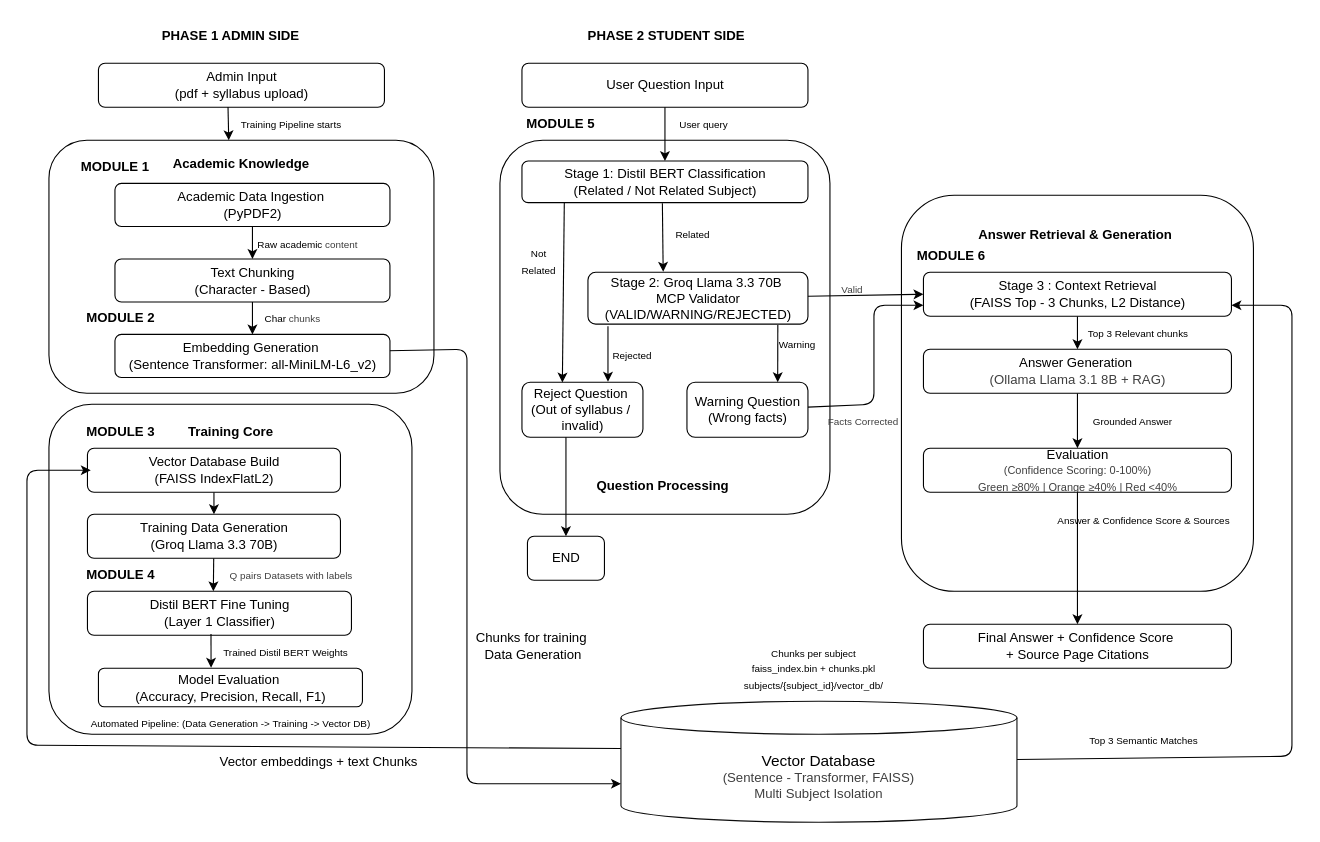
Above: architecture/rajifinal.drawio in Rajalakshmi2110/academic_system (draw.io), before the change. Source tidied: cells renumbered, new cells numbered last; positions are measured from the earlier drawing's top-left corner, leaving out a move shared by most shapes. Both pictures are drawn from the tidied source at 110%, with x=0, y=0 at pixel (26, 19).
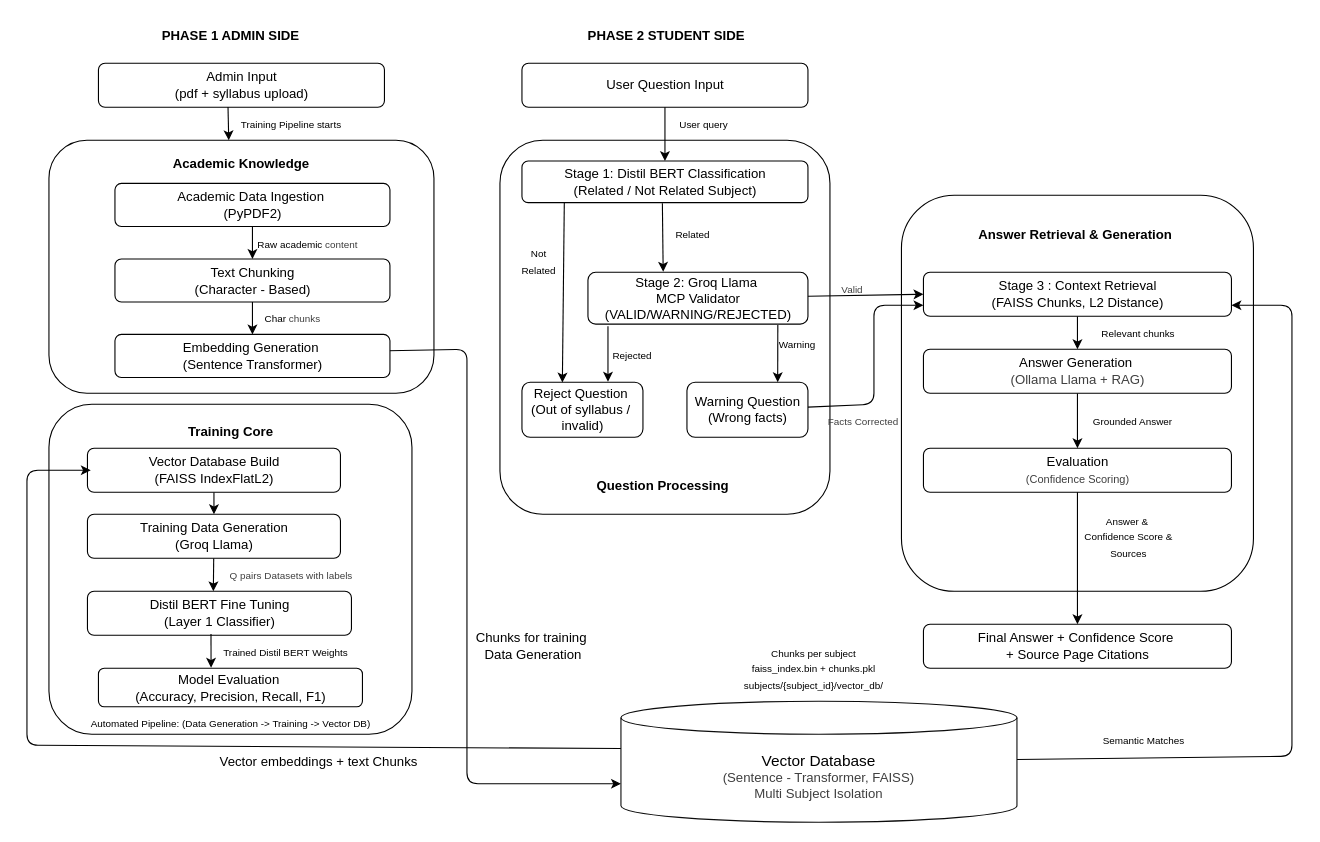
The same page after the edit.

Unchanged cells that the change refers to:
```xml
<mxCell id="2" value="&lt;div&gt;&lt;br&gt;&lt;/div&gt;&lt;div&gt;&lt;br&gt;&lt;/div&gt;&lt;div&gt;&lt;br&gt;&lt;/div&gt;&lt;div&gt;&lt;br&gt;&lt;/div&gt;&lt;div&gt;&lt;br&gt;&lt;/div&gt;&lt;div&gt;&lt;br&gt;&lt;/div&gt;&lt;div&gt;&lt;br&gt;&lt;/div&gt;&lt;div&gt;&lt;br&gt;&lt;/div&gt;&lt;div&gt;&lt;br&gt;&lt;/div&gt;&lt;div&gt;&lt;br&gt;&lt;/div&gt;&lt;div&gt;&lt;br&gt;&lt;/div&gt;&lt;div&gt;&lt;br&gt;&lt;/div&gt;&lt;div&gt;&lt;br&gt;&lt;/div&gt;&lt;div&gt;&lt;br&gt;&lt;/div&gt;&lt;div&gt;&lt;br&gt;&lt;/div&gt;&lt;div&gt;&lt;br&gt;&lt;/div&gt;&lt;div&gt;&lt;br&gt;&lt;/div&gt;&lt;div&gt;&lt;br&gt;&lt;/div&gt;&lt;div&gt;&lt;br&gt;&lt;/div&gt;&lt;div&gt;&lt;br&gt;&lt;/div&gt;&lt;div&gt;&lt;br&gt;&lt;/div&gt;Question Processing&amp;nbsp;&lt;div&gt;&lt;br&gt;&lt;/div&gt;" style="rounded=1;whiteSpace=wrap;html=1;fontStyle=1;arcSize=13;" parent="1" vertex="1">
  <mxGeometry x="430" y="110" width="300" height="340" as="geometry" />
</mxCell>
<mxCell id="17" value="Answer Retrieval &amp;amp; Generation&amp;nbsp;&lt;div&gt;&lt;br&gt;&lt;/div&gt;&lt;div&gt;&lt;br&gt;&lt;/div&gt;&lt;div&gt;&lt;br&gt;&lt;/div&gt;&lt;div&gt;&lt;br&gt;&lt;/div&gt;&lt;div&gt;&lt;br&gt;&lt;/div&gt;&lt;div&gt;&lt;br&gt;&lt;/div&gt;&lt;div&gt;&lt;br&gt;&lt;/div&gt;&lt;div&gt;&lt;br&gt;&lt;/div&gt;&lt;div&gt;&lt;br&gt;&lt;/div&gt;&lt;div&gt;&lt;br&gt;&lt;/div&gt;&lt;div&gt;&lt;br&gt;&lt;/div&gt;&lt;div&gt;&lt;br&gt;&lt;/div&gt;&lt;div&gt;&lt;br&gt;&lt;/div&gt;&lt;div&gt;&lt;br&gt;&lt;/div&gt;&lt;div&gt;&lt;br&gt;&lt;/div&gt;&lt;div&gt;&lt;br&gt;&lt;/div&gt;&lt;div&gt;&lt;br&gt;&lt;/div&gt;&lt;div&gt;&lt;br&gt;&lt;/div&gt;&lt;div&gt;&lt;br&gt;&lt;/div&gt;&lt;div&gt;&lt;br&gt;&lt;/div&gt;" style="rounded=1;whiteSpace=wrap;html=1;fontStyle=1;" parent="1" vertex="1">
  <mxGeometry x="795" y="160" width="320" height="360" as="geometry" />
</mxCell>
```

Diff of the diagram source:
```diff
@@
-    <mxCell id="6" value="Stage 2: Groq Llama 3.3 70B&amp;nbsp;&lt;div&gt;MCP Validator&lt;div&gt;(VALID/WARNING/REJECTED)&lt;/div&gt;&lt;/div&gt;" style="rounded=1;html=1;" parent="2" vertex="1">
+    <mxCell id="6" value="Stage 2: Groq Llama&amp;nbsp;&lt;div&gt;MCP Validator&lt;div&gt;(VALID/WARNING/REJECTED)&lt;/div&gt;&lt;/div&gt;" style="rounded=1;html=1;" parent="2" vertex="1">
       <mxGeometry x="80" y="120" width="200" height="47.2" as="geometry" />
     </mxCell>
@@
-    <mxCell id="15" style="edgeStyle=none;html=1;exitX=0.156;exitY=0.987;exitDx=0;exitDy=0;exitPerimeter=0;entryX=0.5;entryY=0;entryDx=0;entryDy=0;" parent="2" edge="1" target="68">
-      <mxGeometry relative="1" as="geometry">
-        <mxPoint x="60" y="270" as="sourcePoint" />
-      </mxGeometry>
-    </mxCell>
@@
-    <mxCell id="19" value="Stage 3 : Context Retrieval&lt;div&gt;(FAISS Top - 3 Chunks, L2 Distance)&lt;/div&gt;" style="rounded=1;html=1;" parent="17" vertex="1">
+    <mxCell id="19" value="Stage 3 : Context Retrieval&lt;div&gt;(FAISS Chunks, L2 Distance)&lt;/div&gt;" style="rounded=1;html=1;" parent="17" vertex="1">
       <mxGeometry x="20" y="70" width="280" height="40" as="geometry" />
     </mxCell>
@@
-    <mxCell id="21" value="Answer Generation&amp;nbsp;&lt;div&gt;&lt;span style=&quot;color: rgb(63, 63, 63);&quot;&gt;(Ollama Llama 3.1 8B + RAG)&lt;/span&gt;&lt;/div&gt;" style="rounded=1;html=1;" parent="17" vertex="1">
+    <mxCell id="21" value="Answer Generation&amp;nbsp;&lt;div&gt;&lt;span style=&quot;color: rgb(63, 63, 63);&quot;&gt;(Ollama Llama + RAG)&lt;/span&gt;&lt;/div&gt;" style="rounded=1;html=1;" parent="17" vertex="1">
       <mxGeometry x="20" y="140" width="280" height="40" as="geometry" />
     </mxCell>
-    <mxCell id="22" value="Evaluation&lt;div&gt;&lt;span style=&quot;color: rgb(63, 63, 63);&quot;&gt;&lt;font style=&quot;font-size: 10px;&quot;&gt;(Confidence Scoring: 0-100%)&lt;/font&gt;&lt;/span&gt;&lt;/div&gt;&lt;div&gt;&lt;span style=&quot;color: rgb(63, 63, 63);&quot;&gt;&lt;font style=&quot;font-size: 10px;&quot;&gt;Green ≥80% | Orange ≥40% | Red &amp;lt;40%&lt;/font&gt;&lt;/span&gt;&lt;/div&gt;" style="rounded=1;html=1;" parent="17" vertex="1">
+    <mxCell id="22" value="Evaluation&lt;div&gt;&lt;span style=&quot;color: rgb(63, 63, 63);&quot;&gt;&lt;font style=&quot;font-size: 10px;&quot;&gt;(Confidence Scoring)&lt;/font&gt;&lt;/span&gt;&lt;/div&gt;" style="rounded=1;html=1;" parent="17" vertex="1">
       <mxGeometry x="20" y="230" width="280" height="40" as="geometry" />
     </mxCell>
-    <mxCell id="23" value="&lt;font style=&quot;font-size: 9px;&quot;&gt;Top 3 Relevant chunks&lt;/font&gt;" style="text;html=1;align=center;verticalAlign=middle;strokeColor=none;fillColor=none;" parent="17" vertex="1">
+    <mxCell id="23" value="&lt;font style=&quot;font-size: 9px;&quot;&gt;Relevant chunks&lt;/font&gt;" style="text;html=1;align=center;verticalAlign=middle;strokeColor=none;fillColor=none;" parent="17" vertex="1">
       <mxGeometry x="160" y="110" width="110" height="30" as="geometry" />
     </mxCell>
@@
-    <mxCell id="25" value="&lt;font style=&quot;font-size: 9px;&quot;&gt;Answer &amp;amp; Confidence Score &amp;amp; Sources&lt;/font&gt;" style="text;html=1;align=center;verticalAlign=middle;strokeColor=none;fillColor=none;" parent="17" vertex="1">
-      <mxGeometry x="150" y="280" width="140" height="30" as="geometry" />
+    <mxCell id="25" value="&lt;font style=&quot;font-size: 9px;&quot;&gt;Answer &amp;amp;&lt;/font&gt;&lt;div&gt;&lt;font style=&quot;font-size: 9px;&quot;&gt;&amp;nbsp;Confidence Score &amp;amp;&lt;/font&gt;&lt;/div&gt;&lt;div&gt;&lt;font style=&quot;font-size: 9px;&quot;&gt;&amp;nbsp;Sources&lt;/font&gt;&lt;/div&gt;" style="text;html=1;align=center;verticalAlign=middle;strokeColor=none;fillColor=none;" parent="17" vertex="1">
+      <mxGeometry x="150" y="280" width="110" height="60" as="geometry" />
     </mxCell>
-    <mxCell id="26" value="&lt;font style=&quot;&quot;&gt;&lt;b style=&quot;&quot;&gt;&lt;font style=&quot;font-size: 12px;&quot;&gt;MODULE&lt;/font&gt;&lt;/b&gt;&lt;b style=&quot;&quot;&gt;&lt;font style=&quot;font-size: 12px;&quot;&gt;&amp;nbsp;6&lt;/font&gt;&lt;/b&gt;&lt;/font&gt;" style="text;html=1;align=center;verticalAlign=middle;strokeColor=none;fillColor=none;" parent="17" vertex="1">
-      <mxGeometry y="40" width="90" height="30" as="geometry" />
-    </mxCell>
@@
-    <mxCell id="32" value="&lt;font style=&quot;font-size: 9px;&quot;&gt;Top 3 Semantic Matches&lt;/font&gt;" style="text;html=1;align=center;verticalAlign=middle;strokeColor=none;fillColor=none;" parent="1" vertex="1">
+    <mxCell id="32" value="&lt;font style=&quot;font-size: 9px;&quot;&gt;Semantic Matches&lt;/font&gt;" style="text;html=1;align=center;verticalAlign=middle;strokeColor=none;fillColor=none;" parent="1" vertex="1">
       <mxGeometry x="955" y="640" width="120" height="30" as="geometry" />
     </mxCell>
@@
-    <mxCell id="52" value="Training Data Generation&lt;div&gt;(Groq Llama 3.3 70B)&lt;/div&gt;" style="rounded=1;html=1;" parent="1" vertex="1">
+    <mxCell id="52" value="Training Data Generation&lt;div&gt;(Groq Llama)&lt;/div&gt;" style="rounded=1;html=1;" parent="1" vertex="1">
       <mxGeometry x="55" y="450" width="230" height="40" as="geometry" />
     </mxCell>
@@
-    <mxCell id="63" value="Embedding Generation&amp;nbsp;&lt;div&gt;(Sentence Transformer: all-MiniLM-L6_v2)&lt;/div&gt;" style="rounded=1;html=1;" parent="1" vertex="1">
+    <mxCell id="63" value="Embedding Generation&amp;nbsp;&lt;div&gt;(Sentence Transformer)&lt;/div&gt;" style="rounded=1;html=1;" parent="1" vertex="1">
       <mxGeometry x="80" y="286.5" width="250" height="39.2" as="geometry" />
     </mxCell>
@@
-    <mxCell id="68" value="END" style="rounded=1;html=1;" parent="1" vertex="1">
-      <mxGeometry x="455" y="470" width="70" height="40" as="geometry" />
-    </mxCell>
@@
-    <mxCell id="71" value="&lt;font style=&quot;&quot;&gt;&lt;b style=&quot;&quot;&gt;&lt;font style=&quot;font-size: 12px;&quot;&gt;MODULE&lt;/font&gt;&lt;/b&gt;&lt;b style=&quot;&quot;&gt;&lt;font style=&quot;font-size: 12px;&quot;&gt; 1&lt;/font&gt;&lt;/b&gt;&lt;/font&gt;" style="text;html=1;align=center;verticalAlign=middle;strokeColor=none;fillColor=none;" parent="1" vertex="1">
-      <mxGeometry x="35" y="119.2" width="90" height="30" as="geometry" />
-    </mxCell>
-    <mxCell id="72" value="&lt;font style=&quot;&quot;&gt;&lt;b style=&quot;&quot;&gt;&lt;font style=&quot;font-size: 12px;&quot;&gt;MODULE&lt;/font&gt;&lt;/b&gt;&lt;b style=&quot;&quot;&gt;&lt;font style=&quot;font-size: 12px;&quot;&gt;&amp;nbsp;2&lt;/font&gt;&lt;/b&gt;&lt;/font&gt;" style="text;html=1;align=center;verticalAlign=middle;strokeColor=none;fillColor=none;" parent="1" vertex="1">
-      <mxGeometry x="40" y="257.1" width="90" height="30" as="geometry" />
-    </mxCell>
-    <mxCell id="73" value="&lt;font style=&quot;&quot;&gt;&lt;b style=&quot;&quot;&gt;&lt;font style=&quot;font-size: 12px;&quot;&gt;MODULE&lt;/font&gt;&lt;/b&gt;&lt;b style=&quot;&quot;&gt;&lt;font style=&quot;font-size: 12px;&quot;&gt;&amp;nbsp;3&lt;/font&gt;&lt;/b&gt;&lt;/font&gt;" style="text;html=1;align=center;verticalAlign=middle;strokeColor=none;fillColor=none;" parent="1" vertex="1">
-      <mxGeometry x="40" y="360" width="90" height="30" as="geometry" />
-    </mxCell>
-    <mxCell id="74" value="&lt;font style=&quot;&quot;&gt;&lt;b style=&quot;&quot;&gt;&lt;font style=&quot;font-size: 12px;&quot;&gt;MODULE&lt;/font&gt;&lt;/b&gt;&lt;b style=&quot;&quot;&gt;&lt;font style=&quot;font-size: 12px;&quot;&gt;&amp;nbsp;4&lt;/font&gt;&lt;/b&gt;&lt;/font&gt;" style="text;html=1;align=center;verticalAlign=middle;strokeColor=none;fillColor=none;" parent="1" vertex="1">
-      <mxGeometry x="40" y="490" width="90" height="30" as="geometry" />
-    </mxCell>
-    <mxCell id="75" value="&lt;font style=&quot;&quot;&gt;&lt;b style=&quot;&quot;&gt;&lt;font style=&quot;font-size: 12px;&quot;&gt;MODULE&lt;/font&gt;&lt;/b&gt;&lt;b style=&quot;&quot;&gt;&lt;font style=&quot;font-size: 12px;&quot;&gt;&amp;nbsp;5&lt;/font&gt;&lt;/b&gt;&lt;/font&gt;" style="text;html=1;align=center;verticalAlign=middle;strokeColor=none;fillColor=none;" parent="1" vertex="1">
-      <mxGeometry x="440" y="80" width="90" height="30" as="geometry" />
-    </mxCell>
```
